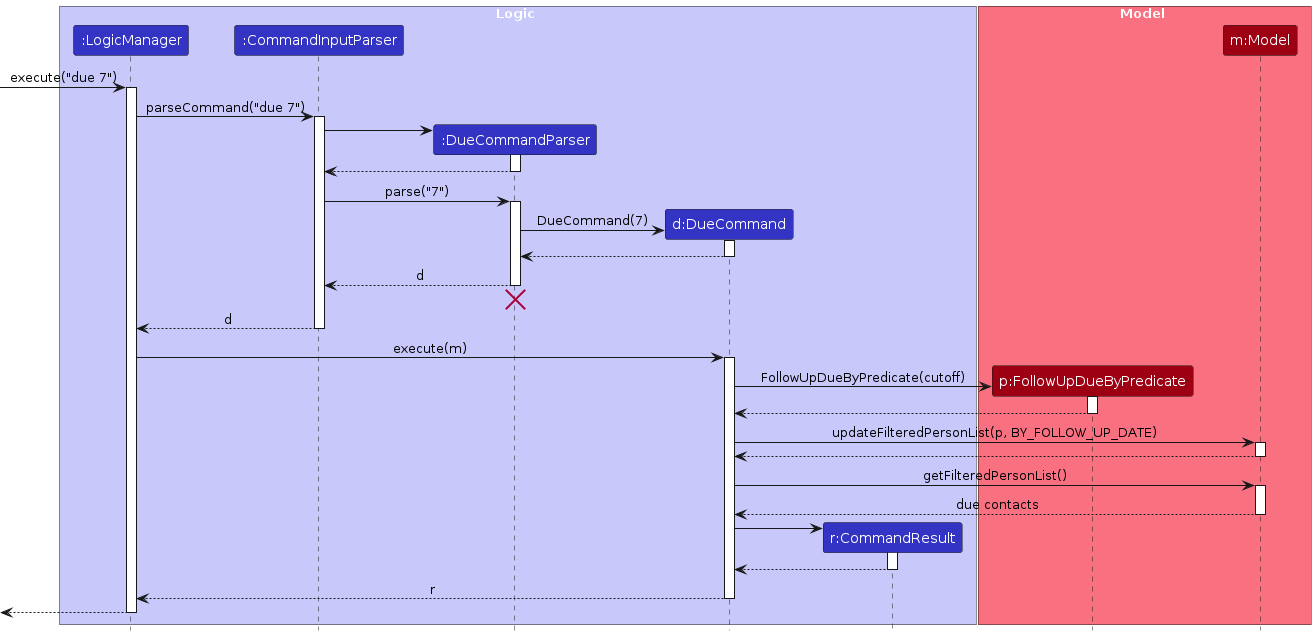
The PlantUML diagram diagrams/DueSequenceDiagram.png in AY2627S1-CS2103T-T09-2/tp, before a commit. Its source is kept beside it as diagrams/DueSequenceDiagram.puml.
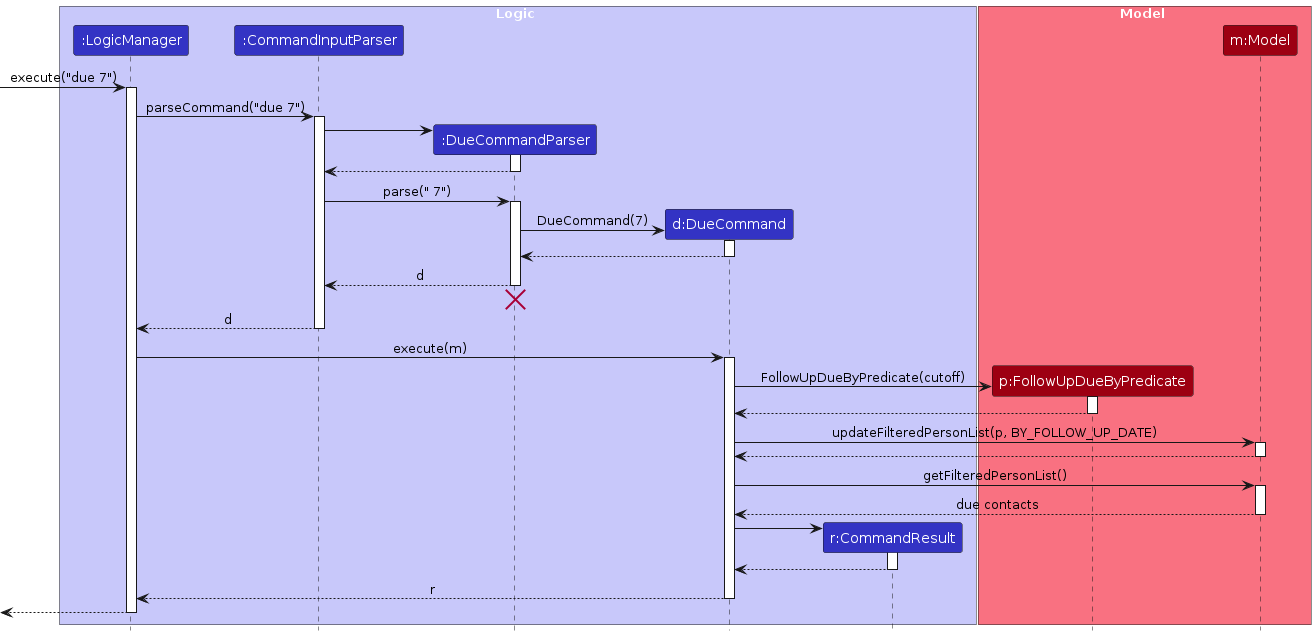
After the commit.

Diff of the diagram source:
```diff
@@ -28,7 +28,7 @@
 DueCommandParser --> CommandInputParser
 deactivate DueCommandParser
 
-CommandInputParser -> DueCommandParser : parse("7")
+CommandInputParser -> DueCommandParser : parse(" 7")
 activate DueCommandParser
 
 create DueCommand
```
